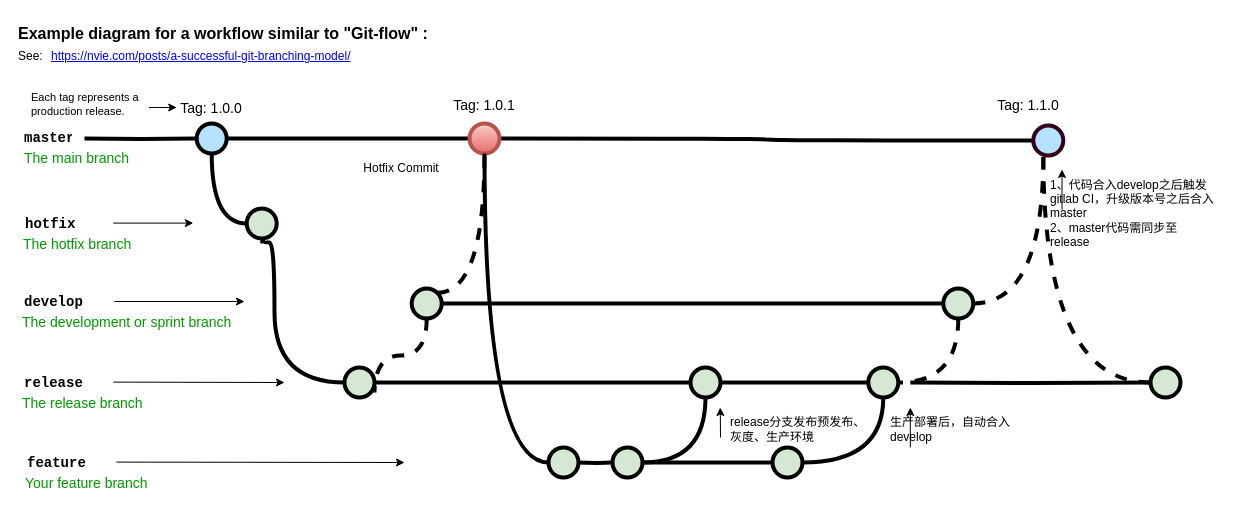
This is git2.drawio from rock-zhang/crawler, a draw.io file, before an edit. Source tidied: cells renumbered, new cells numbered last; positions are measured from the earlier drawing's top-left corner, leaving out a move shared by most shapes. Both pictures are drawn from the tidied source at 100%, with x=0, y=0 at pixel (16, 17).
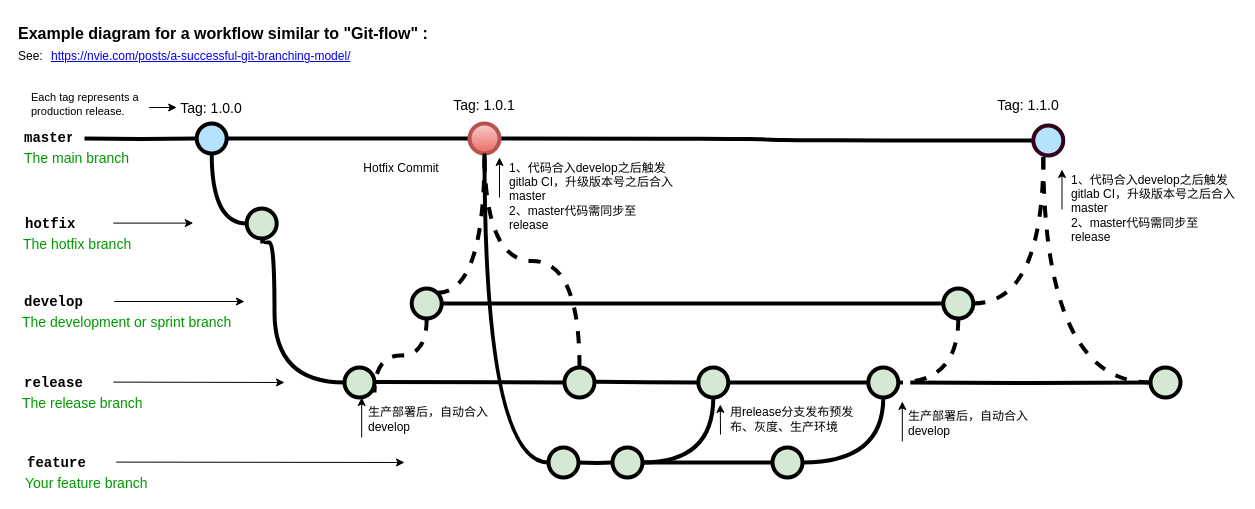
The same page after the edit.

Unchanged cells that the change refers to:
```xml
<mxCell id="60" style="verticalLabelPosition=bottom;verticalAlign=top;html=1;strokeWidth=4;shape=mxgraph.flowchart.on-page_reference;plain-purple;gradientColor=none;strokeColor=#000000;fillColor=#D5E8D4;" parent="1" vertex="1">
  <mxGeometry x="328" y="350" width="30" height="30" as="geometry" />
</mxCell>
```

Change to the diagram source:
```diff
@@
     <mxCell id="19" style="verticalLabelPosition=bottom;verticalAlign=top;html=1;strokeWidth=4;shape=mxgraph.flowchart.on-page_reference;plain-purple;gradientColor=none;strokeColor=#000000;fillColor=#D5E8D4;" parent="1" vertex="1">
-      <mxGeometry x="674" y="350" width="30" height="30" as="geometry" />
+      <mxGeometry x="681.8" y="350" width="30" height="30" as="geometry" />
     </mxCell>
@@
     <mxCell id="36" value="&lt;span style=&quot;text-align: center&quot;&gt;1、代码合入develop之后触发gitlab CI，升级版本号之后合入master&lt;/span&gt;&lt;div&gt;&lt;span style=&quot;text-align: center&quot;&gt;2、master代码需同步至release&lt;/span&gt;&lt;/div&gt;" style="text;html=1;strokeColor=none;fillColor=none;align=left;verticalAlign=middle;whiteSpace=wrap;overflow=hidden;fontSize=12;fontStyle=0;fontColor=#000000;" parent="1" vertex="1">
-      <mxGeometry x="1031.8" y="155" width="167.8" height="81" as="geometry" />
+      <mxGeometry x="1053" y="150" width="167.8" height="81" as="geometry" />
     </mxCell>
@@
     <mxCell id="46" style="endArrow=classic;html=1;strokeWidth=1;fontFamily=Courier New;fontColor=#009900;" parent="1" edge="1">
       <mxGeometry relative="1" as="geometry">
-        <mxPoint x="704" y="420" as="sourcePoint" />
-        <mxPoint x="703.8" y="390" as="targetPoint" />
+        <mxPoint x="704" y="417" as="sourcePoint" />
+        <mxPoint x="703.8" y="387" as="targetPoint" />
       </mxGeometry>
     </mxCell>
-    <mxCell id="47" value="&lt;span style=&quot;text-align: center&quot;&gt;release分支发布预发布、灰度、生产环境&lt;/span&gt;" style="text;html=1;strokeColor=none;fillColor=none;align=left;verticalAlign=middle;whiteSpace=wrap;overflow=hidden;fontSize=12;fontStyle=0;fontColor=#000000;" parent="1" vertex="1">
-      <mxGeometry x="711.8" y="394.5" width="140" height="35.5" as="geometry" />
+    <mxCell id="47" value="&lt;span style=&quot;text-align: center&quot;&gt;用release分支发布预发布、灰度、生产环境&lt;/span&gt;" style="text;html=1;strokeColor=none;fillColor=none;align=left;verticalAlign=middle;whiteSpace=wrap;overflow=hidden;fontSize=12;fontStyle=0;fontColor=#000000;" parent="1" vertex="1">
+      <mxGeometry x="711.8" y="384.5" width="140" height="35.5" as="geometry" />
     </mxCell>
@@
     <mxCell id="52" value="&lt;span style=&quot;text-align: center&quot;&gt;生产部署后，自动合入develop&lt;/span&gt;" style="text;html=1;strokeColor=none;fillColor=none;align=left;verticalAlign=middle;whiteSpace=wrap;overflow=hidden;fontSize=12;fontStyle=0;fontColor=#000000;" parent="1" vertex="1">
-      <mxGeometry x="871.8" y="394.5" width="140" height="35.5" as="geometry" />
+      <mxGeometry x="890" y="388.5" width="140" height="35.5" as="geometry" />
     </mxCell>
     <mxCell id="53" style="endArrow=classic;html=1;strokeWidth=1;fontFamily=Courier New;fontColor=#009900;" parent="1" edge="1">
       <mxGeometry relative="1" as="geometry">
-        <mxPoint x="893.8" y="430" as="sourcePoint" />
-        <mxPoint x="893.8" y="390" as="targetPoint" />
+        <mxPoint x="885.8" y="424" as="sourcePoint" />
+        <mxPoint x="885.8" y="384" as="targetPoint" />
       </mxGeometry>
     </mxCell>
@@
-    <mxCell id="59" style="edgeStyle=orthogonalEdgeStyle;rounded=0;jettySize=auto;html=1;endArrow=none;endFill=0;strokeWidth=4;entryX=0;entryY=0.5;entryDx=0;entryDy=0;entryPerimeter=0;exitX=1;exitY=0.5;exitDx=0;exitDy=0;exitPerimeter=0;" parent="1" edge="1" source="60" target="19">
-      <mxGeometry relative="1" as="geometry" />
-    </mxCell>
@@
+    <mxCell id="63" value="&lt;span style=&quot;text-align: center&quot;&gt;生产部署后，自动合入develop&lt;/span&gt;" style="text;html=1;strokeColor=none;fillColor=none;align=left;verticalAlign=middle;whiteSpace=wrap;overflow=hidden;fontSize=12;fontStyle=0;fontColor=#000000;" parent="1" vertex="1">
+      <mxGeometry x="349.5" y="384.5" width="140" height="35.5" as="geometry" />
+    </mxCell>
+    <mxCell id="64" style="endArrow=classic;html=1;strokeWidth=1;fontFamily=Courier New;fontColor=#009900;" parent="1" edge="1">
+      <mxGeometry relative="1" as="geometry">
+        <mxPoint x="345.2" y="420" as="sourcePoint" />
+        <mxPoint x="345.2" y="380" as="targetPoint" />
+      </mxGeometry>
+    </mxCell>
+    <mxCell id="65" style="edgeStyle=orthogonalEdgeStyle;curved=1;rounded=0;jettySize=auto;html=1;endArrow=none;endFill=0;strokeWidth=4;fontFamily=Courier New;fontColor=#009900;dashed=1;exitX=0.5;exitY=0;exitDx=0;exitDy=0;exitPerimeter=0;" parent="1" edge="1" source="66">
+      <mxGeometry relative="1" as="geometry">
+        <mxPoint x="468" y="136" as="targetPoint" />
+      </mxGeometry>
+    </mxCell>
+    <mxCell id="66" style="verticalLabelPosition=bottom;verticalAlign=top;html=1;strokeWidth=4;shape=mxgraph.flowchart.on-page_reference;plain-purple;gradientColor=none;strokeColor=#000000;fillColor=#D5E8D4;" parent="1" vertex="1">
+      <mxGeometry x="548" y="350" width="30" height="30" as="geometry" />
+    </mxCell>
+    <mxCell id="67" style="edgeStyle=orthogonalEdgeStyle;rounded=0;jettySize=auto;html=1;endArrow=none;endFill=0;strokeWidth=4;entryX=0;entryY=0.5;entryDx=0;entryDy=0;entryPerimeter=0;exitX=1;exitY=0.5;exitDx=0;exitDy=0;exitPerimeter=0;" parent="1" edge="1" target="66">
+      <mxGeometry relative="1" as="geometry">
+        <mxPoint x="358" y="364.5" as="sourcePoint" />
+      </mxGeometry>
+    </mxCell>
+    <mxCell id="68" style="edgeStyle=orthogonalEdgeStyle;rounded=0;jettySize=auto;html=1;endArrow=none;endFill=0;strokeWidth=4;exitX=1;exitY=0.5;exitDx=0;exitDy=0;exitPerimeter=0;" parent="1" edge="1" target="19">
+      <mxGeometry relative="1" as="geometry">
+        <mxPoint x="578" y="364.3" as="sourcePoint" />
+      </mxGeometry>
+    </mxCell>
+    <mxCell id="69" style="endArrow=classic;html=1;strokeWidth=1;fontFamily=Courier New;fontColor=#009900;" parent="1" edge="1">
+      <mxGeometry relative="1" as="geometry">
+        <mxPoint x="483" y="180" as="sourcePoint" />
+        <mxPoint x="483" y="140" as="targetPoint" />
+      </mxGeometry>
+    </mxCell>
+    <mxCell id="70" value="&lt;span style=&quot;text-align: center&quot;&gt;1、代码合入develop之后触发gitlab CI，升级版本号之后合入master&lt;/span&gt;&lt;div&gt;&lt;span style=&quot;text-align: center&quot;&gt;2、master代码需同步至release&lt;/span&gt;&lt;/div&gt;" style="text;html=1;strokeColor=none;fillColor=none;align=left;verticalAlign=middle;whiteSpace=wrap;overflow=hidden;fontSize=12;fontStyle=0;fontColor=#000000;" parent="1" vertex="1">
+      <mxGeometry x="490.5" y="138" width="167.8" height="81" as="geometry" />
+    </mxCell>
```
